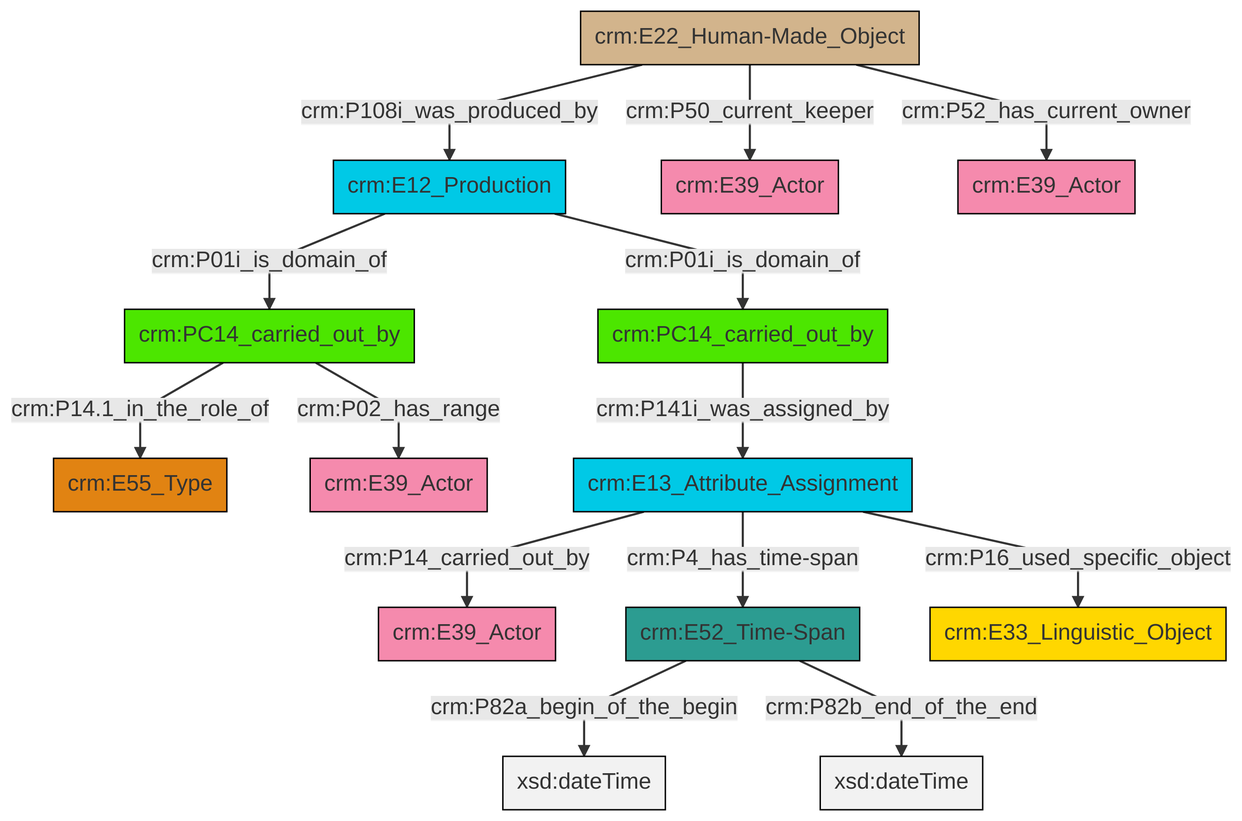
Before: et/carrierCSV/ttl/mmd/png/carrier_relations.png, a diagram exported from Mermaid (swiss-art-research-net/docs.swissartresearch). Its source is kept beside it as et/carrierCSV/ttl/mmd/carrier_relations.ttl.mmd.
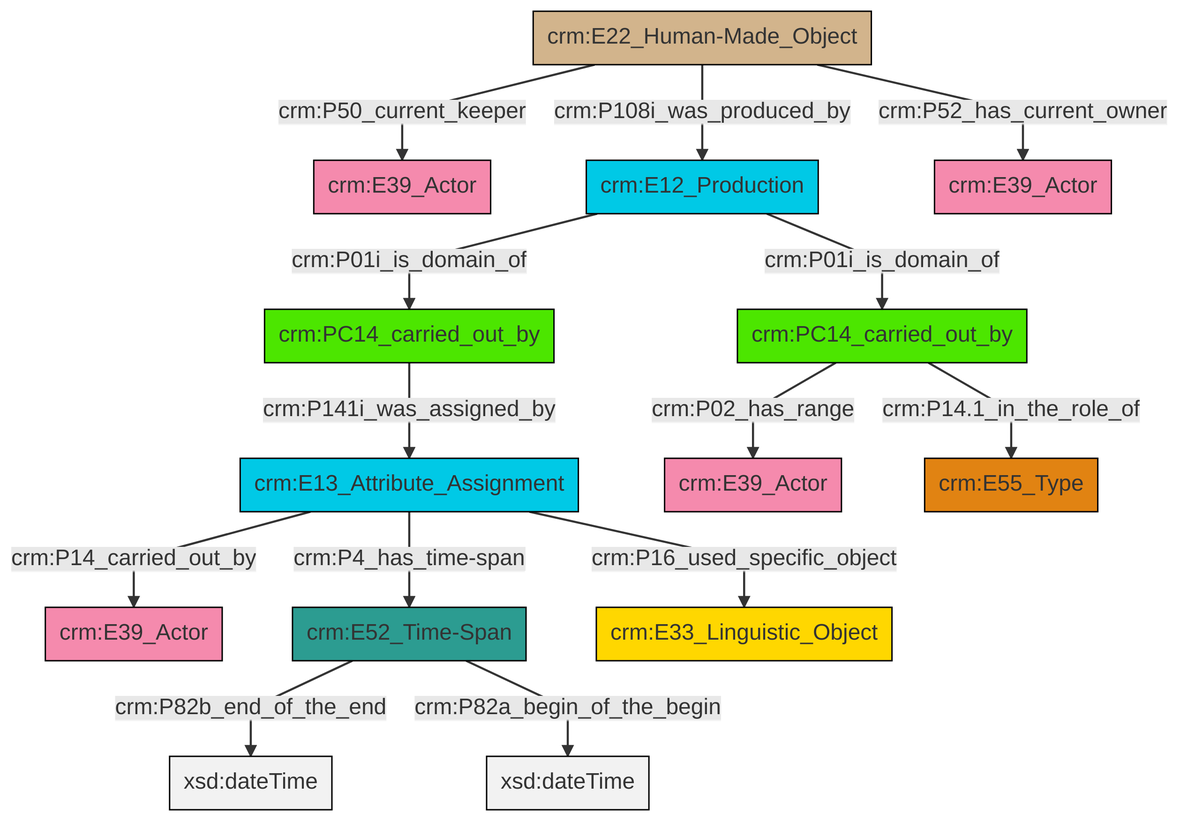
The same diagram one commit later.

What changed in the source:
```diff
@@ -13,16 +13,16 @@
 classDef PC_Classes fill:#4ce600, stroke:#000000;
 classDef Multi fill:#cccccc,stroke:#000000;
 
-2["crm:PC14_carried_out_by"]:::PC_Classes -->|crm:P14.1_in_the_role_of| 3["crm:E55_Type"]:::Type
-0["crm:E22_Human-Made_Object"]:::Physical_Thing -->|crm:P108i_was_produced_by| 6["crm:E12_Production"]:::Temporal_Entity
-6["crm:E12_Production"]:::Temporal_Entity -->|crm:P01i_is_domain_of| 7["crm:PC14_carried_out_by"]:::PC_Classes
-11["crm:E13_Attribute_Assignment"]:::Temporal_Entity -->|crm:P4_has_time-span| 12["crm:E52_Time-Span"]:::Time-Span
-7["crm:PC14_carried_out_by"]:::PC_Classes -->|crm:P141i_was_assigned_by| 11["crm:E13_Attribute_Assignment"]:::Temporal_Entity
-11["crm:E13_Attribute_Assignment"]:::Temporal_Entity -->|crm:P16_used_specific_object| 16["crm:E33_Linguistic_Object"]:::Conceptual_Object
-0["crm:E22_Human-Made_Object"]:::Physical_Thing -->|crm:P50_current_keeper| 14["crm:E39_Actor"]:::Actor
-2["crm:PC14_carried_out_by"]:::PC_Classes -->|crm:P02_has_range| 4["crm:E39_Actor"]:::Actor
-12["crm:E52_Time-Span"]:::Time-Span -->|crm:P82a_begin_of_the_begin| 21[xsd:dateTime]:::Literal
-0["crm:E22_Human-Made_Object"]:::Physical_Thing -->|crm:P52_has_current_owner| 17["crm:E39_Actor"]:::Actor
-12["crm:E52_Time-Span"]:::Time-Span -->|crm:P82b_end_of_the_end| 25[xsd:dateTime]:::Literal
-6["crm:E12_Production"]:::Temporal_Entity -->|crm:P01i_is_domain_of| 2["crm:PC14_carried_out_by"]:::PC_Classes
-11["crm:E13_Attribute_Assignment"]:::Temporal_Entity -->|crm:P14_carried_out_by| 8["crm:E39_Actor"]:::Actor
+2["crm:PC14_carried_out_by"]:::PC_Classes -->|crm:P141i_was_assigned_by| 3["crm:E13_Attribute_Assignment"]:::Temporal_Entity
+5["crm:PC14_carried_out_by"]:::PC_Classes -->|crm:P02_has_range| 6["crm:E39_Actor"]:::Actor
+7["crm:E12_Production"]:::Temporal_Entity -->|crm:P01i_is_domain_of| 5["crm:PC14_carried_out_by"]:::PC_Classes
+3["crm:E13_Attribute_Assignment"]:::Temporal_Entity -->|crm:P14_carried_out_by| 8["crm:E39_Actor"]:::Actor
+11["crm:E22_Human-Made_Object"]:::Physical_Thing -->|crm:P50_current_keeper| 0["crm:E39_Actor"]:::Actor
+3["crm:E13_Attribute_Assignment"]:::Temporal_Entity -->|crm:P4_has_time-span| 9["crm:E52_Time-Span"]:::Time-Span
+9["crm:E52_Time-Span"]:::Time-Span -->|crm:P82b_end_of_the_end| 17[xsd:dateTime]:::Literal
+7["crm:E12_Production"]:::Temporal_Entity -->|crm:P01i_is_domain_of| 2["crm:PC14_carried_out_by"]:::PC_Classes
+5["crm:PC14_carried_out_by"]:::PC_Classes -->|crm:P14.1_in_the_role_of| 18["crm:E55_Type"]:::Type
+9["crm:E52_Time-Span"]:::Time-Span -->|crm:P82a_begin_of_the_begin| 22[xsd:dateTime]:::Literal
+3["crm:E13_Attribute_Assignment"]:::Temporal_Entity -->|crm:P16_used_specific_object| 15["crm:E33_Linguistic_Object"]:::Conceptual_Object
+11["crm:E22_Human-Made_Object"]:::Physical_Thing -->|crm:P108i_was_produced_by| 7["crm:E12_Production"]:::Temporal_Entity
+11["crm:E22_Human-Made_Object"]:::Physical_Thing -->|crm:P52_has_current_owner| 20["crm:E39_Actor"]:::Actor
```
